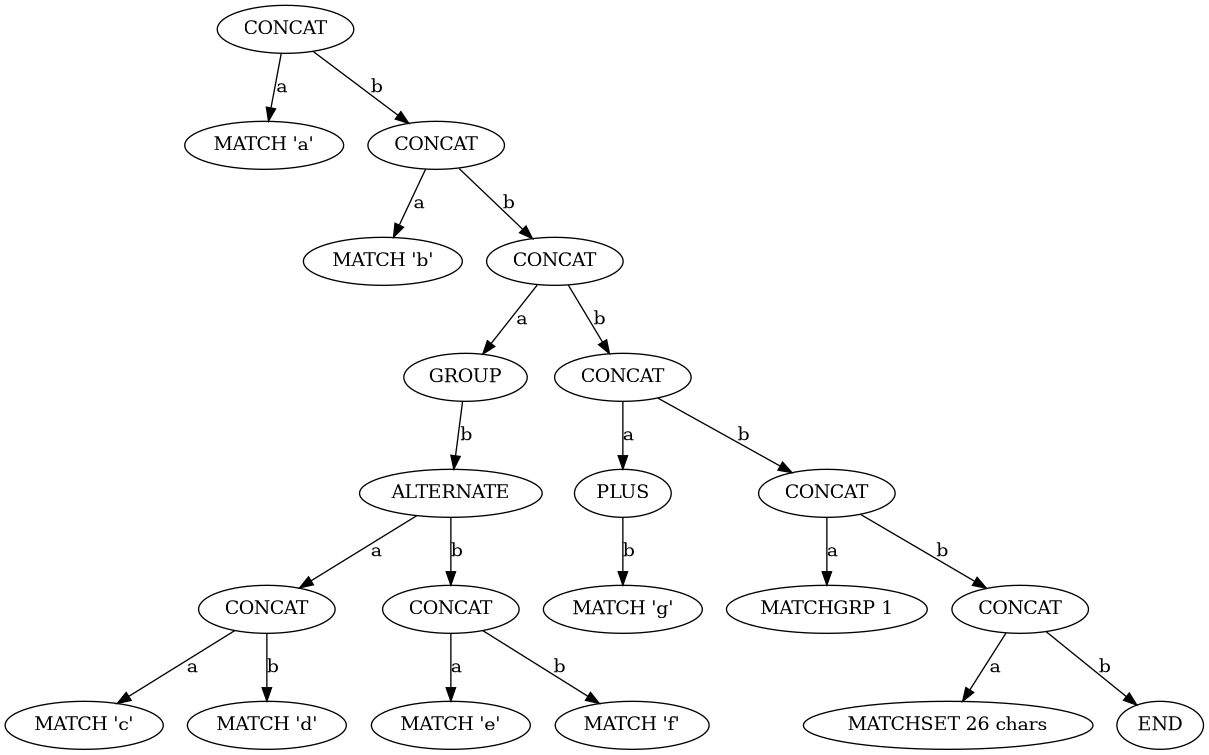
essele/rele keeps this Graphviz diagram as tree.png. Above is the earlier version. Its source is kept beside it as tree.dot.
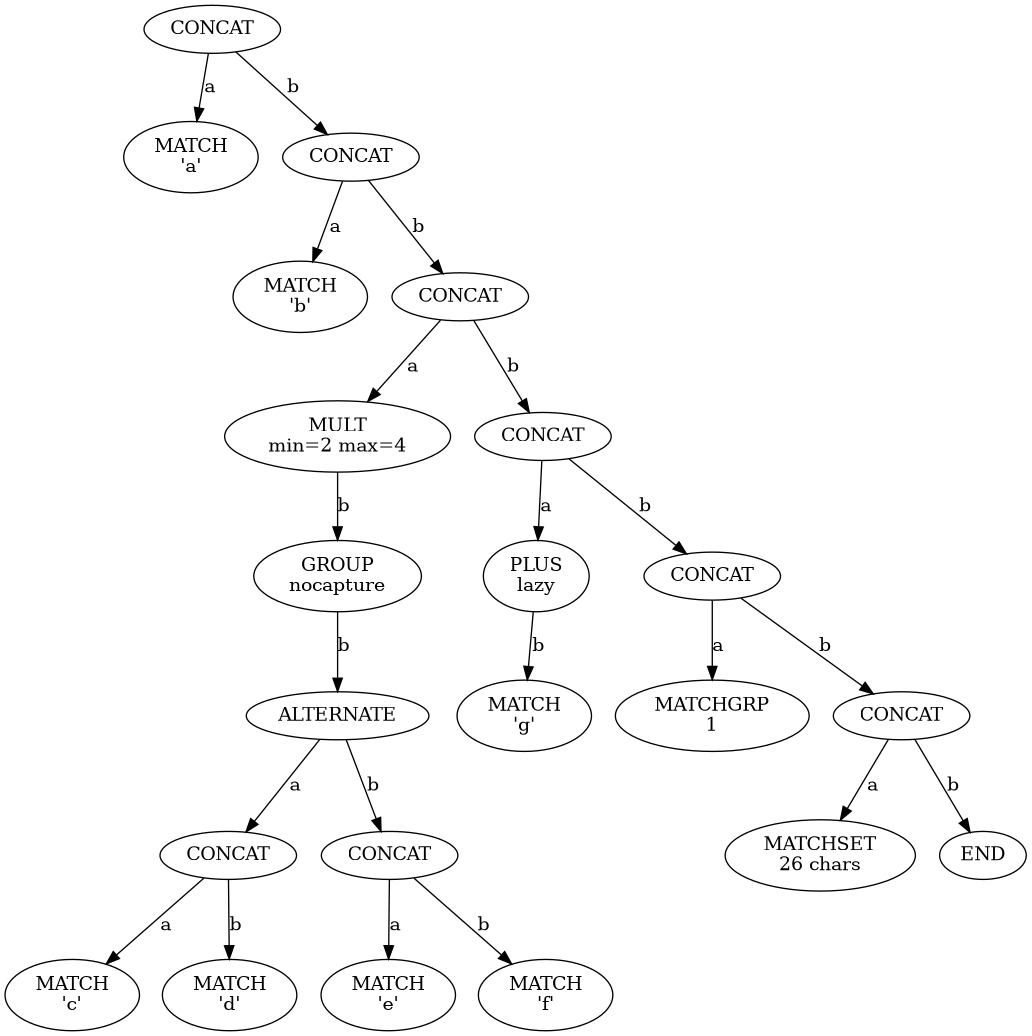
Later version of the same file.

Commit message:
Added min/max support and cleaned up the graphviz code to make binary tree visualisation better.

Change to the diagram source:
```diff
@@ -1,43 +1,67 @@
 digraph tree {
-    n0xbcdd325ae320 [label="CONCAT"];
-    n0xbcdd325ae320 -> n0xbcdd325ae2c0 [label="a"];
-    n0xbcdd325ae2c0 [label="MATCH 'a'"];
-    n0xbcdd325ae320 -> n0xbcdd325ae380 [label="b"];
-    n0xbcdd325ae380 [label="CONCAT"];
-    n0xbcdd325ae380 -> n0xbcdd325ae2f0 [label="a"];
-    n0xbcdd325ae2f0 [label="MATCH 'b'"];
-    n0xbcdd325ae380 -> n0xbcdd325ae530 [label="b"];
-    n0xbcdd325ae530 [label="CONCAT"];
-    n0xbcdd325ae530 -> n0xbcdd325ae350 [label="a"];
-    n0xbcdd325ae350 [label="GROUP"];
-    n0xbcdd325ae350 -> n0xbcdd325ae440 [label="b"];
-    n0xbcdd325ae440 [label="ALTERNATE"];
-    n0xbcdd325ae440 -> n0xbcdd325ae410 [label="a"];
-    n0xbcdd325ae410 [label="CONCAT"];
-    n0xbcdd325ae410 -> n0xbcdd325ae3b0 [label="a"];
-    n0xbcdd325ae3b0 [label="MATCH 'c'"];
-    n0xbcdd325ae410 -> n0xbcdd325ae3e0 [label="b"];
-    n0xbcdd325ae3e0 [label="MATCH 'd'"];
-    n0xbcdd325ae440 -> n0xbcdd325ae4d0 [label="b"];
-    n0xbcdd325ae4d0 [label="CONCAT"];
-    n0xbcdd325ae4d0 -> n0xbcdd325ae470 [label="a"];
-    n0xbcdd325ae470 [label="MATCH 'e'"];
-    n0xbcdd325ae4d0 -> n0xbcdd325ae4a0 [label="b"];
-    n0xbcdd325ae4a0 [label="MATCH 'f'"];
-    n0xbcdd325ae530 -> n0xbcdd325ae5c0 [label="b"];
-    n0xbcdd325ae5c0 [label="CONCAT"];
-    n0xbcdd325ae5c0 -> n0xbcdd325ae560 [label="a"];
-    n0xbcdd325ae560 [label="PLUS"];
-    n0xbcdd325ae560 -> n0xbcdd325ae500 [label="b"];
-    n0xbcdd325ae500 [label="MATCH 'g'"];
-    n0xbcdd325ae5c0 -> n0xbcdd325ae620 [label="b"];
-    n0xbcdd325ae620 [label="CONCAT"];
-    n0xbcdd325ae620 -> n0xbcdd325ae590 [label="a"];
-    n0xbcdd325ae590 [label="MATCHGRP 1"];
-    n0xbcdd325ae620 -> n0xbcdd325ae6a0 [label="b"];
-    n0xbcdd325ae6a0 [label="CONCAT"];
-    n0xbcdd325ae6a0 -> n0xbcdd325ae5f0 [label="a"];
-    n0xbcdd325ae5f0 [label="MATCHSET 26 chars"];
-    n0xbcdd325ae6a0 -> n0xbcdd325ae670 [label="b"];
-    n0xbcdd325ae670 [label="END"];
+    n0xbf5bb7e4f320 [label="CONCAT
+"];
+    n0xbf5bb7e4f320 -> n0xbf5bb7e4f2c0 [label="a"];
+    n0xbf5bb7e4f2c0 [label="MATCH
+'a'"];
+    n0xbf5bb7e4f320 -> n0xbf5bb7e4f380 [label="b"];
+    n0xbf5bb7e4f380 [label="CONCAT
+"];
+    n0xbf5bb7e4f380 -> n0xbf5bb7e4f2f0 [label="a"];
+    n0xbf5bb7e4f2f0 [label="MATCH
+'b'"];
+    n0xbf5bb7e4f380 -> n0xbf5bb7e4f560 [label="b"];
+    n0xbf5bb7e4f560 [label="CONCAT
+"];
+    n0xbf5bb7e4f560 -> n0xbf5bb7e4f500 [label="a"];
+    n0xbf5bb7e4f500 [label="MULT
+min=2 max=4"];
+    n0xbf5bb7e4f500 -> n0xbf5bb7e4f350 [label="b"];
+    n0xbf5bb7e4f350 [label="GROUP
+nocapture"];
+    n0xbf5bb7e4f350 -> n0xbf5bb7e4f440 [label="b"];
+    n0xbf5bb7e4f440 [label="ALTERNATE
+"];
+    n0xbf5bb7e4f440 -> n0xbf5bb7e4f410 [label="a"];
+    n0xbf5bb7e4f410 [label="CONCAT
+"];
+    n0xbf5bb7e4f410 -> n0xbf5bb7e4f3b0 [label="a"];
+    n0xbf5bb7e4f3b0 [label="MATCH
+'c'"];
+    n0xbf5bb7e4f410 -> n0xbf5bb7e4f3e0 [label="b"];
+    n0xbf5bb7e4f3e0 [label="MATCH
+'d'"];
+    n0xbf5bb7e4f440 -> n0xbf5bb7e4f4d0 [label="b"];
+    n0xbf5bb7e4f4d0 [label="CONCAT
+"];
+    n0xbf5bb7e4f4d0 -> n0xbf5bb7e4f470 [label="a"];
+    n0xbf5bb7e4f470 [label="MATCH
+'e'"];
+    n0xbf5bb7e4f4d0 -> n0xbf5bb7e4f4a0 [label="b"];
+    n0xbf5bb7e4f4a0 [label="MATCH
+'f'"];
+    n0xbf5bb7e4f560 -> n0xbf5bb7e4f5f0 [label="b"];
+    n0xbf5bb7e4f5f0 [label="CONCAT
+"];
+    n0xbf5bb7e4f5f0 -> n0xbf5bb7e4f590 [label="a"];
+    n0xbf5bb7e4f590 [label="PLUS
+lazy"];
+    n0xbf5bb7e4f590 -> n0xbf5bb7e4f530 [label="b"];
+    n0xbf5bb7e4f530 [label="MATCH
+'g'"];
+    n0xbf5bb7e4f5f0 -> n0xbf5bb7e4f650 [label="b"];
+    n0xbf5bb7e4f650 [label="CONCAT
+"];
+    n0xbf5bb7e4f650 -> n0xbf5bb7e4f5c0 [label="a"];
+    n0xbf5bb7e4f5c0 [label="MATCHGRP
+1"];
+    n0xbf5bb7e4f650 -> n0xbf5bb7e4f6d0 [label="b"];
+    n0xbf5bb7e4f6d0 [label="CONCAT
+"];
+    n0xbf5bb7e4f6d0 -> n0xbf5bb7e4f620 [label="a"];
+    n0xbf5bb7e4f620 [label="MATCHSET
+26 chars"];
+    n0xbf5bb7e4f6d0 -> n0xbf5bb7e4f6a0 [label="b"];
+    n0xbf5bb7e4f6a0 [label="END
+"];
 }
```
